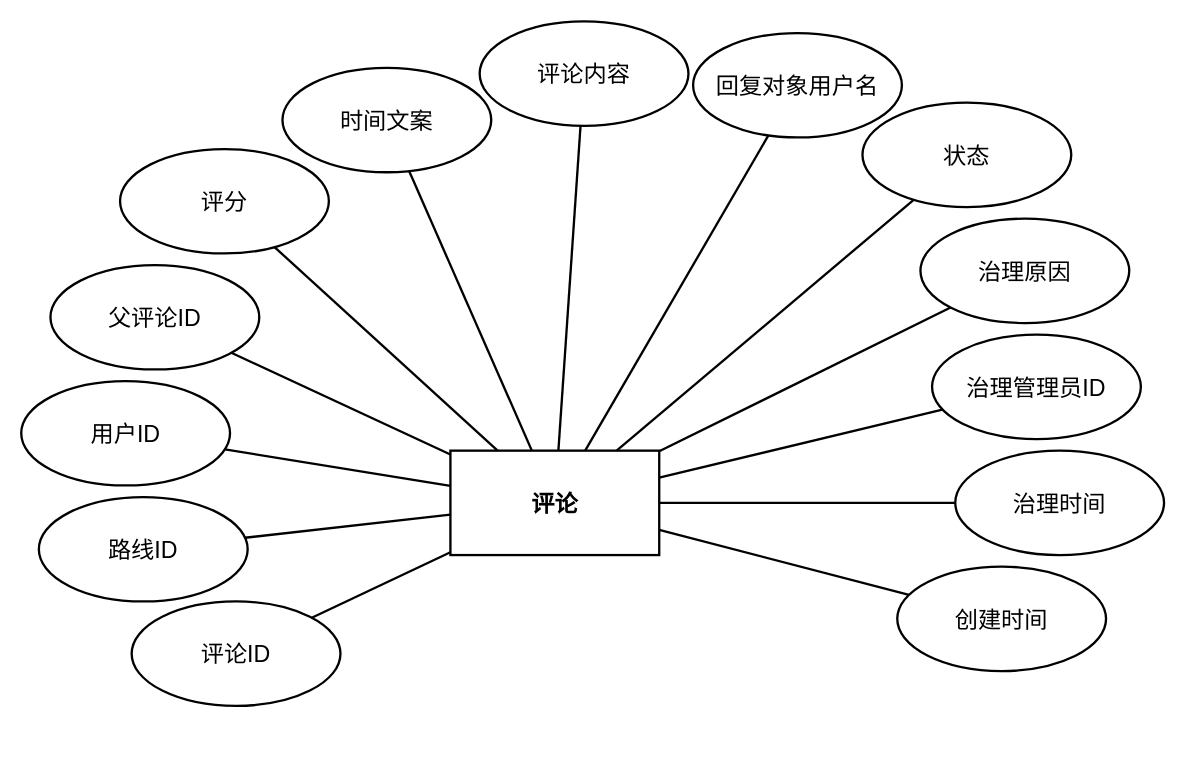
The draw.io diagram DOCS/architecture-diagrams/sources/实体图/reviews/reviews_entity.drawio in 612cs/TrailQuest, before the edit. Source tidied: cells renumbered, new cells numbered last; positions are measured from the earlier drawing's top-left corner, leaving out a move shared by most shapes. Both pictures are drawn from the tidied source at 116%, with x=0, y=0 at pixel (21, 21).
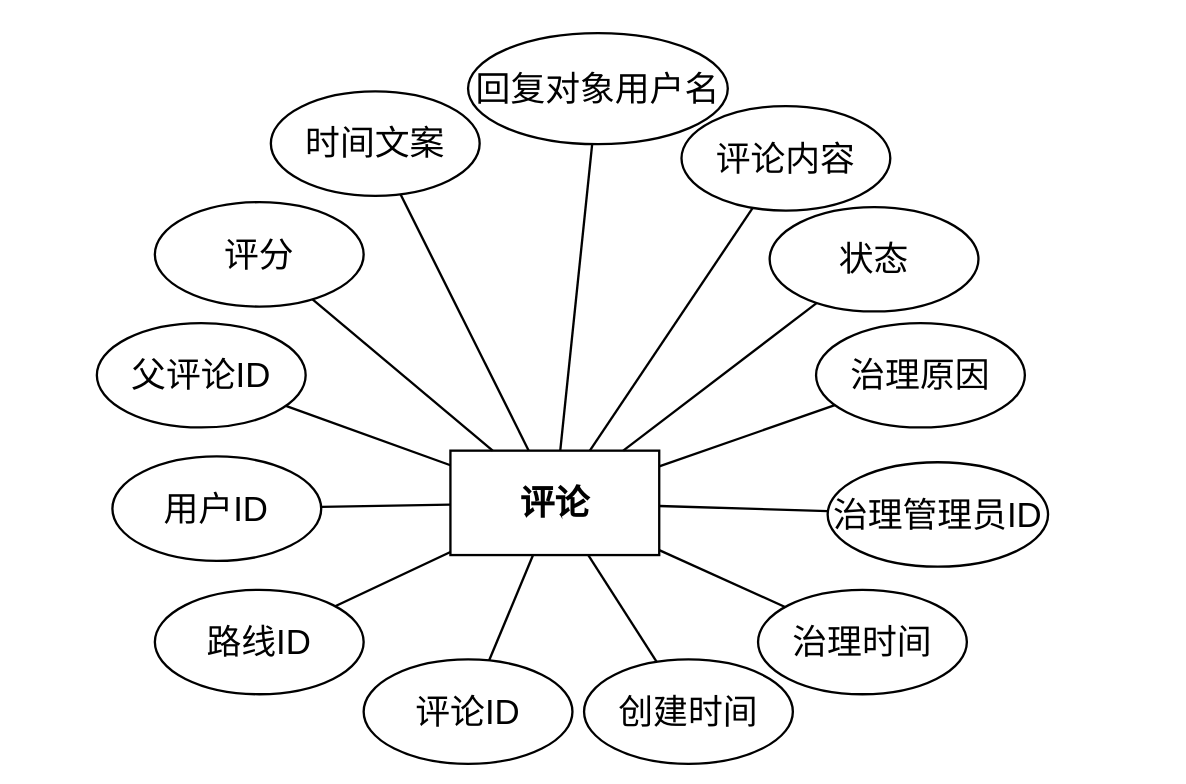
Above is the later version.

The edit, as a diff of the source:
```diff
@@
-    <mxCell id="2" value="评论" style="rounded=0;whiteSpace=wrap;html=1;fillColor=none;strokeColor=#000000;fontColor=#000000;fontFamily=Arial;fontSize=20;fontStyle=1;align=center;verticalAlign=middle;strokeWidth=2;gradientColor=none;shadow=0;glass=0;" parent="1" vertex="1">
+    <mxCell id="2" value="评论" style="rounded=0;whiteSpace=wrap;html=1;fillColor=none;strokeColor=#000000;fontColor=#000000;fontFamily=Arial;fontSize=30;fontStyle=1;align=center;verticalAlign=middle;strokeWidth=2;gradientColor=none;shadow=0;glass=0;" parent="1" vertex="1">
       <mxGeometry x="369.8" y="370" width="180" height="90" as="geometry" />
     </mxCell>
-    <mxCell id="3" value="评论ID" style="ellipse;whiteSpace=wrap;html=1;fillColor=none;strokeColor=#000000;fontColor=#000000;fontFamily=Arial;fontSize=20;align=center;verticalAlign=middle;strokeWidth=2;gradientColor=none;shadow=0;glass=0;" parent="1" vertex="1">
-      <mxGeometry x="95" y="500" width="180" height="90" as="geometry" />
+    <mxCell id="3" value="评论ID" style="ellipse;whiteSpace=wrap;html=1;fillColor=none;strokeColor=#000000;fontColor=#000000;fontFamily=Arial;fontSize=30;align=center;verticalAlign=middle;strokeWidth=2;gradientColor=none;shadow=0;glass=0;" parent="1" vertex="1">
+      <mxGeometry x="295" y="550" width="180" height="90" as="geometry" />
     </mxCell>
-    <mxCell id="4" value="路线ID" style="ellipse;whiteSpace=wrap;html=1;fillColor=none;strokeColor=#000000;fontColor=#000000;fontFamily=Arial;fontSize=20;align=center;verticalAlign=middle;strokeWidth=2;gradientColor=none;shadow=0;glass=0;" parent="1" vertex="1">
-      <mxGeometry x="15" y="410" width="180" height="90" as="geometry" />
+    <mxCell id="4" value="路线ID" style="ellipse;whiteSpace=wrap;html=1;fillColor=none;strokeColor=#000000;fontColor=#000000;fontFamily=Arial;fontSize=30;align=center;verticalAlign=middle;strokeWidth=2;gradientColor=none;shadow=0;glass=0;" parent="1" vertex="1">
+      <mxGeometry x="115" y="490" width="180" height="90" as="geometry" />
     </mxCell>
-    <mxCell id="5" value="用户ID" style="ellipse;whiteSpace=wrap;html=1;fillColor=none;strokeColor=#000000;fontColor=#000000;fontFamily=Arial;fontSize=20;align=center;verticalAlign=middle;strokeWidth=2;gradientColor=none;shadow=0;glass=0;" parent="1" vertex="1">
-      <mxGeometry x="-0.2" y="310" width="180" height="90" as="geometry" />
+    <mxCell id="5" value="用户ID" style="ellipse;whiteSpace=wrap;html=1;fillColor=none;strokeColor=#000000;fontColor=#000000;fontFamily=Arial;fontSize=30;align=center;verticalAlign=middle;strokeWidth=2;gradientColor=none;shadow=0;glass=0;" parent="1" vertex="1">
+      <mxGeometry x="78.4" y="375" width="180" height="90" as="geometry" />
     </mxCell>
-    <mxCell id="6" value="父评论ID" style="ellipse;whiteSpace=wrap;html=1;fillColor=none;strokeColor=#000000;fontColor=#000000;fontFamily=Arial;fontSize=20;align=center;verticalAlign=middle;strokeWidth=2;gradientColor=none;shadow=0;glass=0;" parent="1" vertex="1">
-      <mxGeometry x="25" y="210" width="180" height="90" as="geometry" />
+    <mxCell id="6" value="父评论ID" style="ellipse;whiteSpace=wrap;html=1;fillColor=none;strokeColor=#000000;fontColor=#000000;fontFamily=Arial;fontSize=30;align=center;verticalAlign=middle;strokeWidth=2;gradientColor=none;shadow=0;glass=0;" parent="1" vertex="1">
+      <mxGeometry x="65" y="260" width="180" height="90" as="geometry" />
     </mxCell>
-    <mxCell id="7" value="评分" style="ellipse;whiteSpace=wrap;html=1;fillColor=none;strokeColor=#000000;fontColor=#000000;fontFamily=Arial;fontSize=20;align=center;verticalAlign=middle;strokeWidth=2;gradientColor=none;shadow=0;glass=0;" parent="1" vertex="1">
-      <mxGeometry x="85" y="110" width="180" height="90" as="geometry" />
+    <mxCell id="7" value="评分" style="ellipse;whiteSpace=wrap;html=1;fillColor=none;strokeColor=#000000;fontColor=#000000;fontFamily=Arial;fontSize=30;align=center;verticalAlign=middle;strokeWidth=2;gradientColor=none;shadow=0;glass=0;" parent="1" vertex="1">
+      <mxGeometry x="115" y="155.8" width="180" height="90" as="geometry" />
     </mxCell>
-    <mxCell id="8" value="时间文案" style="ellipse;whiteSpace=wrap;html=1;fillColor=none;strokeColor=#000000;fontColor=#000000;fontFamily=Arial;fontSize=20;align=center;verticalAlign=middle;strokeWidth=2;gradientColor=none;shadow=0;glass=0;" parent="1" vertex="1">
-      <mxGeometry x="225" y="40" width="180" height="90" as="geometry" />
+    <mxCell id="8" value="时间文案" style="ellipse;whiteSpace=wrap;html=1;fillColor=none;strokeColor=#000000;fontColor=#000000;fontFamily=Arial;fontSize=30;align=center;verticalAlign=middle;strokeWidth=2;gradientColor=none;shadow=0;glass=0;" parent="1" vertex="1">
+      <mxGeometry x="215" y="60.3" width="180" height="90" as="geometry" />
     </mxCell>
-    <mxCell id="9" value="评论内容" style="ellipse;whiteSpace=wrap;html=1;fillColor=none;strokeColor=#000000;fontColor=#000000;fontFamily=Arial;fontSize=20;align=center;verticalAlign=middle;strokeWidth=2;gradientColor=none;shadow=0;glass=0;" parent="1" vertex="1">
-      <mxGeometry x="395" width="180" height="90" as="geometry" />
+    <mxCell id="9" value="评论内容" style="ellipse;whiteSpace=wrap;html=1;fillColor=none;strokeColor=#000000;fontColor=#000000;fontFamily=Arial;fontSize=30;align=center;verticalAlign=middle;strokeWidth=2;gradientColor=none;shadow=0;glass=0;" parent="1" vertex="1">
+      <mxGeometry x="569" y="73" width="180" height="90" as="geometry" />
     </mxCell>
-    <mxCell id="10" value="回复对象用户名" style="ellipse;whiteSpace=wrap;html=1;fillColor=none;strokeColor=#000000;fontColor=#000000;fontFamily=Arial;fontSize=20;align=center;verticalAlign=middle;strokeWidth=2;gradientColor=none;shadow=0;glass=0;" parent="1" vertex="1">
-      <mxGeometry x="579" y="10" width="180" height="90" as="geometry" />
+    <mxCell id="10" value="回复对象用户名" style="ellipse;whiteSpace=wrap;html=1;fillColor=none;strokeColor=#000000;fontColor=#000000;fontFamily=Arial;fontSize=30;align=center;verticalAlign=middle;strokeWidth=2;gradientColor=none;shadow=0;glass=0;" parent="1" vertex="1">
+      <mxGeometry x="385" y="10" width="223.9" height="95.8" as="geometry" />
     </mxCell>
-    <mxCell id="11" value="状态" style="ellipse;whiteSpace=wrap;html=1;fillColor=none;strokeColor=#000000;fontColor=#000000;fontFamily=Arial;fontSize=20;align=center;verticalAlign=middle;strokeWidth=2;gradientColor=none;shadow=0;glass=0;" parent="1" vertex="1">
-      <mxGeometry x="725" y="70" width="180" height="90" as="geometry" />
+    <mxCell id="11" value="状态" style="ellipse;whiteSpace=wrap;html=1;fillColor=none;strokeColor=#000000;fontColor=#000000;fontFamily=Arial;fontSize=30;align=center;verticalAlign=middle;strokeWidth=2;gradientColor=none;shadow=0;glass=0;" parent="1" vertex="1">
+      <mxGeometry x="645" y="160" width="180" height="90" as="geometry" />
     </mxCell>
-    <mxCell id="12" value="治理原因" style="ellipse;whiteSpace=wrap;html=1;fillColor=none;strokeColor=#000000;fontColor=#000000;fontFamily=Arial;fontSize=20;align=center;verticalAlign=middle;strokeWidth=2;gradientColor=none;shadow=0;glass=0;" parent="1" vertex="1">
-      <mxGeometry x="775" y="170" width="180" height="90" as="geometry" />
+    <mxCell id="12" value="治理原因" style="ellipse;whiteSpace=wrap;html=1;fillColor=none;strokeColor=#000000;fontColor=#000000;fontFamily=Arial;fontSize=30;align=center;verticalAlign=middle;strokeWidth=2;gradientColor=none;shadow=0;glass=0;" parent="1" vertex="1">
+      <mxGeometry x="685" y="260" width="180" height="90" as="geometry" />
     </mxCell>
-    <mxCell id="13" value="治理管理员ID" style="ellipse;whiteSpace=wrap;html=1;fillColor=none;strokeColor=#000000;fontColor=#000000;fontFamily=Arial;fontSize=20;align=center;verticalAlign=middle;strokeWidth=2;gradientColor=none;shadow=0;glass=0;" parent="1" vertex="1">
-      <mxGeometry x="785" y="270" width="180" height="90" as="geometry" />
+    <mxCell id="13" value="治理管理员ID" style="ellipse;whiteSpace=wrap;html=1;fillColor=none;strokeColor=#000000;fontColor=#000000;fontFamily=Arial;fontSize=30;align=center;verticalAlign=middle;strokeWidth=2;gradientColor=none;shadow=0;glass=0;" parent="1" vertex="1">
+      <mxGeometry x="695" y="380" width="190" height="90" as="geometry" />
     </mxCell>
-    <mxCell id="14" value="治理时间" style="ellipse;whiteSpace=wrap;html=1;fillColor=none;strokeColor=#000000;fontColor=#000000;fontFamily=Arial;fontSize=20;align=center;verticalAlign=middle;strokeWidth=2;gradientColor=none;shadow=0;glass=0;" parent="1" vertex="1">
-      <mxGeometry x="805" y="370" width="180" height="90" as="geometry" />
+    <mxCell id="14" value="治理时间" style="ellipse;whiteSpace=wrap;html=1;fillColor=none;strokeColor=#000000;fontColor=#000000;fontFamily=Arial;fontSize=30;align=center;verticalAlign=middle;strokeWidth=2;gradientColor=none;shadow=0;glass=0;" parent="1" vertex="1">
+      <mxGeometry x="635" y="490" width="180" height="90" as="geometry" />
     </mxCell>
-    <mxCell id="15" value="创建时间" style="ellipse;whiteSpace=wrap;html=1;fillColor=none;strokeColor=#000000;fontColor=#000000;fontFamily=Arial;fontSize=20;align=center;verticalAlign=middle;strokeWidth=2;gradientColor=none;shadow=0;glass=0;" parent="1" vertex="1">
-      <mxGeometry x="755" y="470" width="180" height="90" as="geometry" />
+    <mxCell id="15" value="创建时间" style="ellipse;whiteSpace=wrap;html=1;fillColor=none;strokeColor=#000000;fontColor=#000000;fontFamily=Arial;fontSize=30;align=center;verticalAlign=middle;strokeWidth=2;gradientColor=none;shadow=0;glass=0;" parent="1" vertex="1">
+      <mxGeometry x="485" y="550" width="180" height="90" as="geometry" />
     </mxCell>
-    <mxCell id="16" style="endArrow=none;html=1;rounded=0;strokeColor=#000000;strokeWidth=2;" parent="1" edge="1" source="2" target="3">
+    <mxCell id="16" style="endArrow=none;html=1;rounded=0;strokeColor=#000000;strokeWidth=2;fontSize=30;" parent="1" edge="1" source="2" target="3">
       <mxGeometry relative="1" as="geometry" />
     </mxCell>
-    <mxCell id="17" style="endArrow=none;html=1;rounded=0;strokeColor=#000000;strokeWidth=2;" parent="1" edge="1" source="2" target="4">
+    <mxCell id="17" style="endArrow=none;html=1;rounded=0;strokeColor=#000000;strokeWidth=2;fontSize=30;" parent="1" edge="1" source="2" target="4">
       <mxGeometry relative="1" as="geometry" />
     </mxCell>
-    <mxCell id="18" style="endArrow=none;html=1;rounded=0;strokeColor=#000000;strokeWidth=2;" parent="1" edge="1" source="2" target="5">
+    <mxCell id="18" style="endArrow=none;html=1;rounded=0;strokeColor=#000000;strokeWidth=2;fontSize=30;" parent="1" edge="1" source="2" target="5">
       <mxGeometry relative="1" as="geometry" />
     </mxCell>
-    <mxCell id="19" style="endArrow=none;html=1;rounded=0;strokeColor=#000000;strokeWidth=2;" parent="1" edge="1" source="2" target="6">
+    <mxCell id="19" style="endArrow=none;html=1;rounded=0;strokeColor=#000000;strokeWidth=2;fontSize=30;" parent="1" edge="1" source="2" target="6">
       <mxGeometry relative="1" as="geometry" />
     </mxCell>
-    <mxCell id="20" style="endArrow=none;html=1;rounded=0;strokeColor=#000000;strokeWidth=2;" parent="1" edge="1" source="2" target="7">
+    <mxCell id="20" style="endArrow=none;html=1;rounded=0;strokeColor=#000000;strokeWidth=2;fontSize=30;" parent="1" edge="1" source="2" target="7">
       <mxGeometry relative="1" as="geometry" />
     </mxCell>
-    <mxCell id="21" style="endArrow=none;html=1;rounded=0;strokeColor=#000000;strokeWidth=2;" parent="1" edge="1" source="2" target="8">
+    <mxCell id="21" style="endArrow=none;html=1;rounded=0;strokeColor=#000000;strokeWidth=2;fontSize=30;" parent="1" edge="1" source="2" target="8">
       <mxGeometry relative="1" as="geometry" />
     </mxCell>
-    <mxCell id="22" style="endArrow=none;html=1;rounded=0;strokeColor=#000000;strokeWidth=2;" parent="1" edge="1" source="2" target="9">
+    <mxCell id="22" style="endArrow=none;html=1;rounded=0;strokeColor=#000000;strokeWidth=2;fontSize=30;" parent="1" edge="1" source="2" target="9">
       <mxGeometry relative="1" as="geometry" />
     </mxCell>
-    <mxCell id="23" style="endArrow=none;html=1;rounded=0;strokeColor=#000000;strokeWidth=2;" parent="1" edge="1" source="2" target="10">
+    <mxCell id="23" style="endArrow=none;html=1;rounded=0;strokeColor=#000000;strokeWidth=2;fontSize=30;" parent="1" edge="1" source="2" target="10">
       <mxGeometry relative="1" as="geometry" />
     </mxCell>
-    <mxCell id="24" style="endArrow=none;html=1;rounded=0;strokeColor=#000000;strokeWidth=2;" parent="1" edge="1" source="2" target="11">
+    <mxCell id="24" style="endArrow=none;html=1;rounded=0;strokeColor=#000000;strokeWidth=2;fontSize=30;" parent="1" edge="1" source="2" target="11">
       <mxGeometry relative="1" as="geometry" />
     </mxCell>
-    <mxCell id="25" style="endArrow=none;html=1;rounded=0;strokeColor=#000000;strokeWidth=2;" parent="1" edge="1" source="2" target="12">
+    <mxCell id="25" style="endArrow=none;html=1;rounded=0;strokeColor=#000000;strokeWidth=2;fontSize=30;" parent="1" edge="1" source="2" target="12">
       <mxGeometry relative="1" as="geometry" />
     </mxCell>
-    <mxCell id="26" style="endArrow=none;html=1;rounded=0;strokeColor=#000000;strokeWidth=2;" parent="1" edge="1" source="2" target="13">
+    <mxCell id="26" style="endArrow=none;html=1;rounded=0;strokeColor=#000000;strokeWidth=2;fontSize=30;" parent="1" edge="1" source="2" target="13">
       <mxGeometry relative="1" as="geometry" />
     </mxCell>
-    <mxCell id="27" style="endArrow=none;html=1;rounded=0;strokeColor=#000000;strokeWidth=2;" parent="1" edge="1" source="2" target="14">
+    <mxCell id="27" style="endArrow=none;html=1;rounded=0;strokeColor=#000000;strokeWidth=2;fontSize=30;" parent="1" edge="1" source="2" target="14">
       <mxGeometry relative="1" as="geometry" />
     </mxCell>
-    <mxCell id="28" style="endArrow=none;html=1;rounded=0;strokeColor=#000000;strokeWidth=2;" parent="1" edge="1" source="2" target="15">
+    <mxCell id="28" style="endArrow=none;html=1;rounded=0;strokeColor=#000000;strokeWidth=2;fontSize=30;" parent="1" edge="1" source="2" target="15">
       <mxGeometry relative="1" as="geometry" />
     </mxCell>
```
